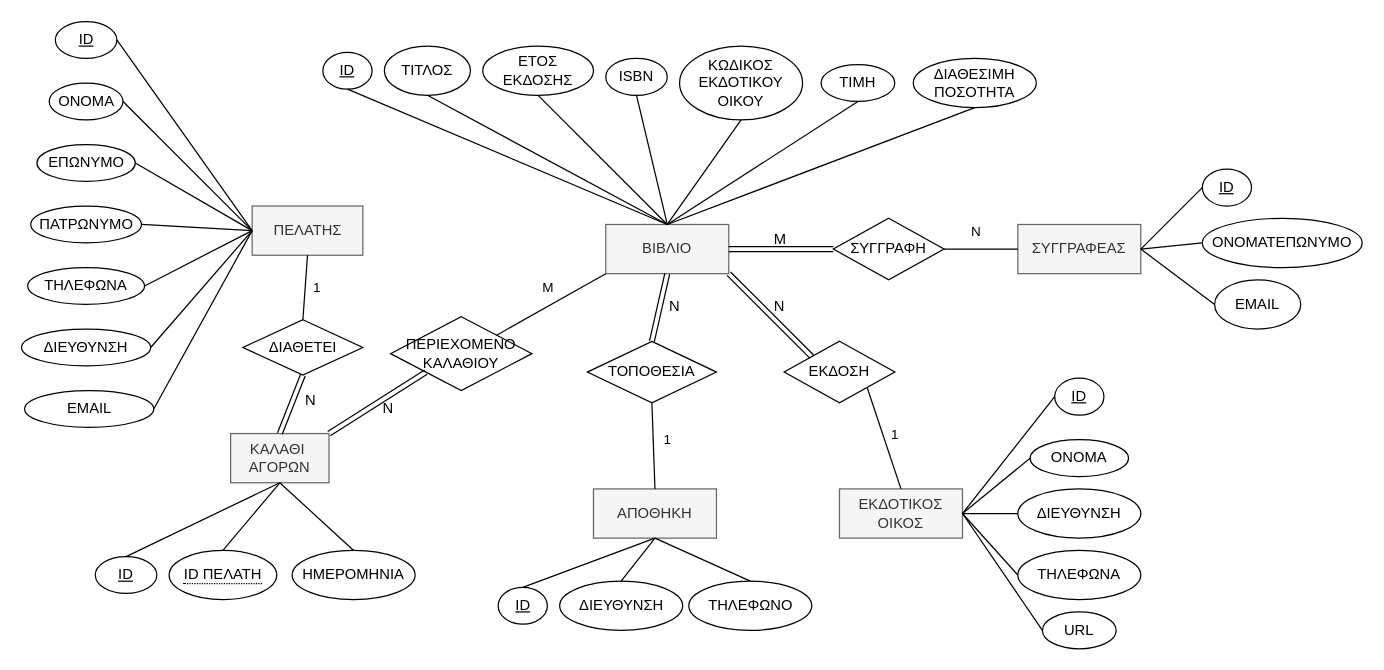
Before: Untitled Diagram.drawio in nilaridis/nilaridis, a draw.io diagram. Source tidied: cells renumbered, new cells numbered last; positions are measured from the earlier drawing's top-left corner, leaving out a move shared by most shapes. Both pictures are drawn from the tidied source at 123%, with x=0, y=0 at pixel (21, 21).
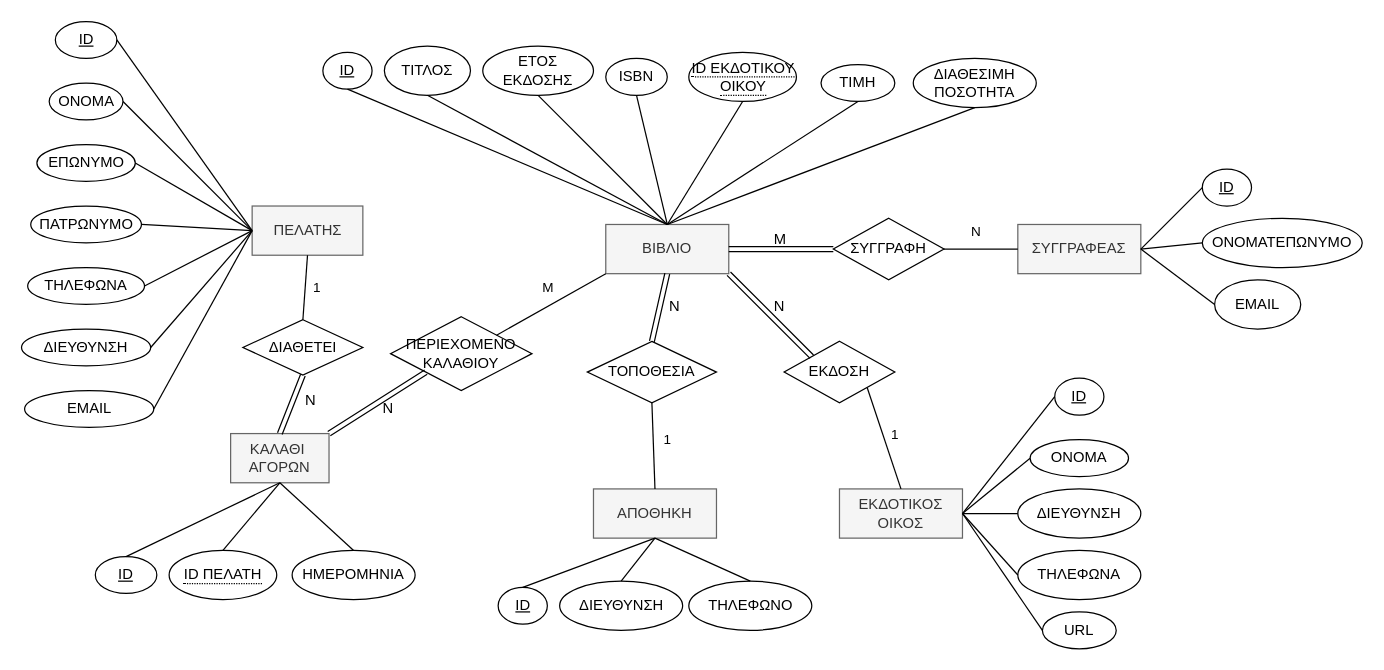
The same diagram, later.

Unchanged cells that the change refers to:
```xml
<mxCell id="17" value="ΒΙΒΛΙΟ" style="whiteSpace=wrap;html=1;align=center;fillColor=#f5f5f5;fontColor=#333333;strokeColor=#666666;" parent="1" vertex="1">
  <mxGeometry x="475" y="165" width="100" height="40" as="geometry" />
</mxCell>
```

What changed in the source:
```diff
@@
-    <mxCell id="22" value="ΚΩΔΙΚΟΣ ΕΚΔΟΤΙΚΟΥ ΟΙΚΟΥ" style="ellipse;whiteSpace=wrap;html=1;align=center;" parent="1" vertex="1">
-      <mxGeometry x="535" y="20" width="100" height="60" as="geometry" />
-    </mxCell>
@@
-    <mxCell id="29" style="endArrow=none;html=1;rounded=0;exitX=0.5;exitY=1;exitDx=0;exitDy=0;entryX=0.5;entryY=0;entryDx=0;entryDy=0;" parent="1" edge="1" source="22" target="17">
+    <mxCell id="29" style="endArrow=none;html=1;rounded=0;exitX=0.5;exitY=1;exitDx=0;exitDy=0;entryX=0.5;entryY=0;entryDx=0;entryDy=0;" parent="1" edge="1" source="89" target="17">
       <mxGeometry relative="1" as="geometry" />
     </mxCell>
@@
+    <mxCell id="89" value="&lt;span style=&quot;border-bottom: 1px dotted&quot;&gt;ID ΕΚΔΟΤΙΚΟΥ ΟΙΚΟΥ&lt;/span&gt;" style="ellipse;whiteSpace=wrap;html=1;align=center;" parent="1" vertex="1">
+      <mxGeometry x="542.5" y="25" width="87.5" height="40" as="geometry" />
+    </mxCell>
```
